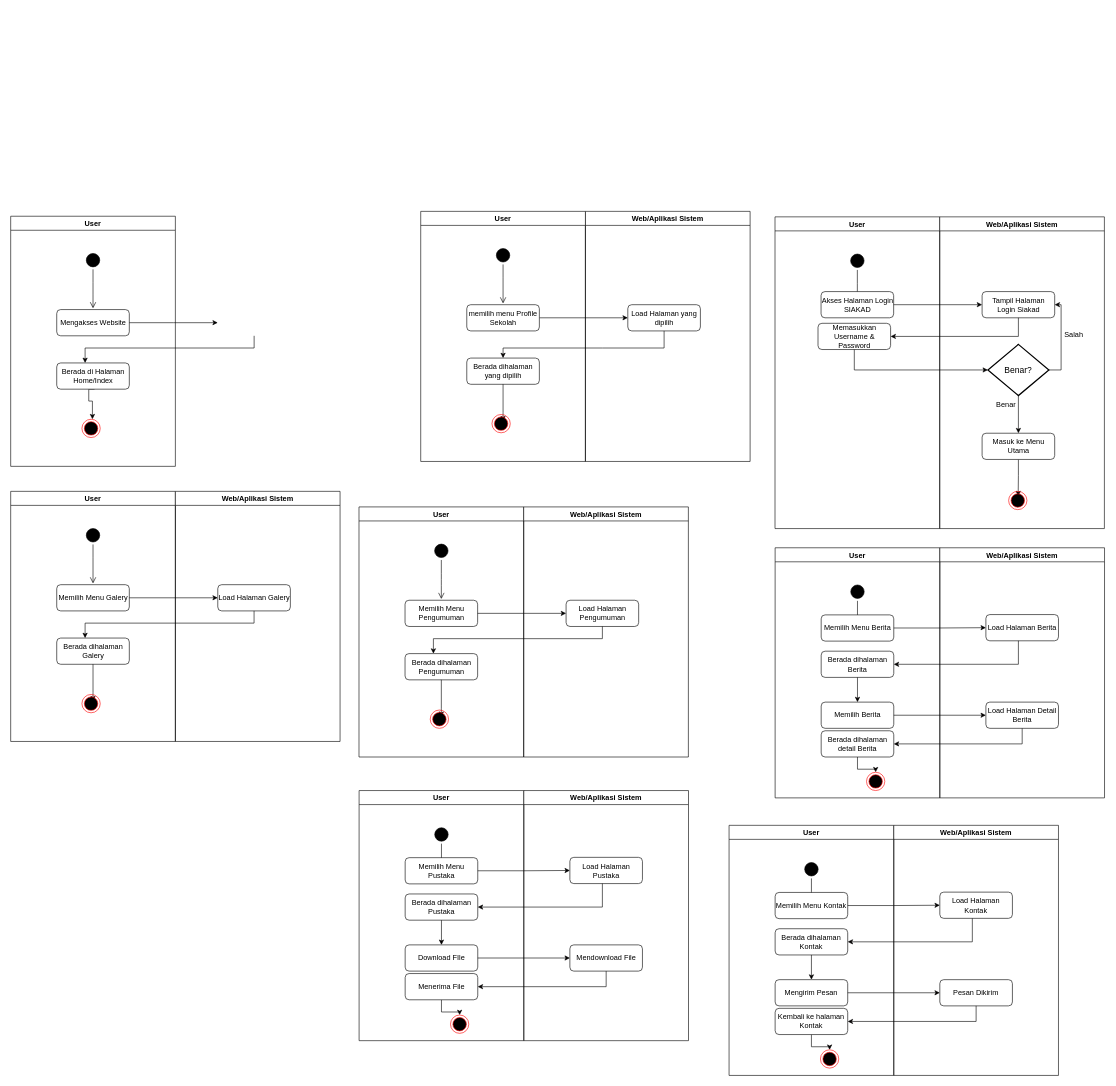
aldonicolaz/siakad-petrus keeps this draw.io diagram as page "Page-1" (1 of 3) of Untitled test.drawio. Above is the earlier version. Source tidied: cells renumbered, new cells numbered last; positions are measured from the earlier drawing's top-left corner, leaving out a move shared by most shapes. Both pictures are drawn from the tidied source at 61%, with x=0, y=0 at pixel (10, 211).
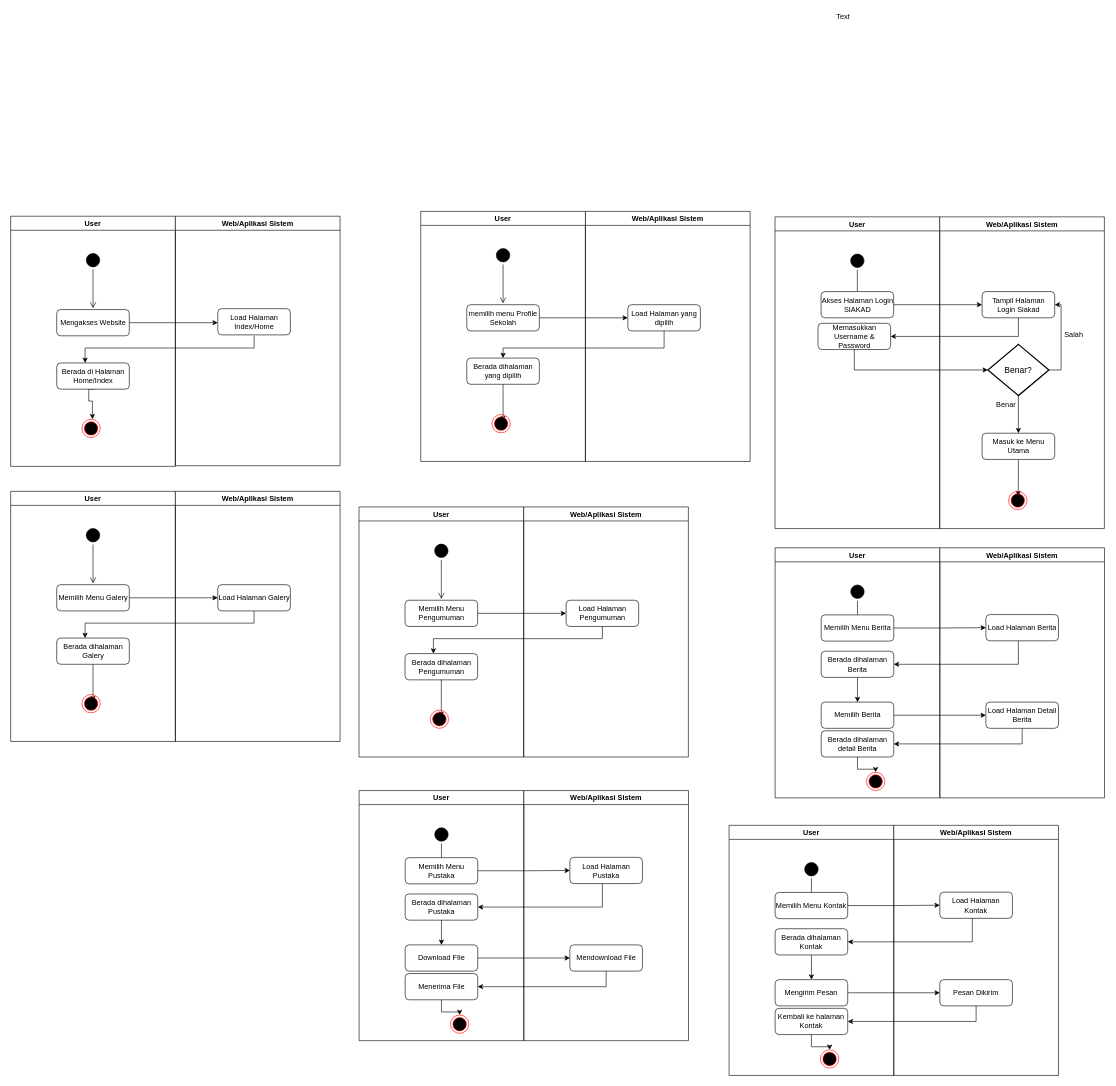
The same page after the edit.

Diff of the diagram source:
```diff
@@
+    <mxCell id="113" value="Web/Aplikasi Sistem" style="swimlane;" parent="1" vertex="1">
+      <mxGeometry x="270" y="8" width="270" height="409" as="geometry" />
+    </mxCell>
+    <mxCell id="114" value="Load Halaman Index/Home" style="shape=ext;rounded=1;html=1;whiteSpace=wrap;" parent="113" vertex="1">
+      <mxGeometry x="69.5" y="151.5" width="119" height="43" as="geometry" />
+    </mxCell>
+    <mxCell id="115" value="Text" style="text;html=1;align=left;verticalAlign=top;spacingTop=-4;" parent="1" vertex="1">
+      <mxGeometry x="1352" y="-329" width="32" height="14" as="geometry" />
+    </mxCell>
```
